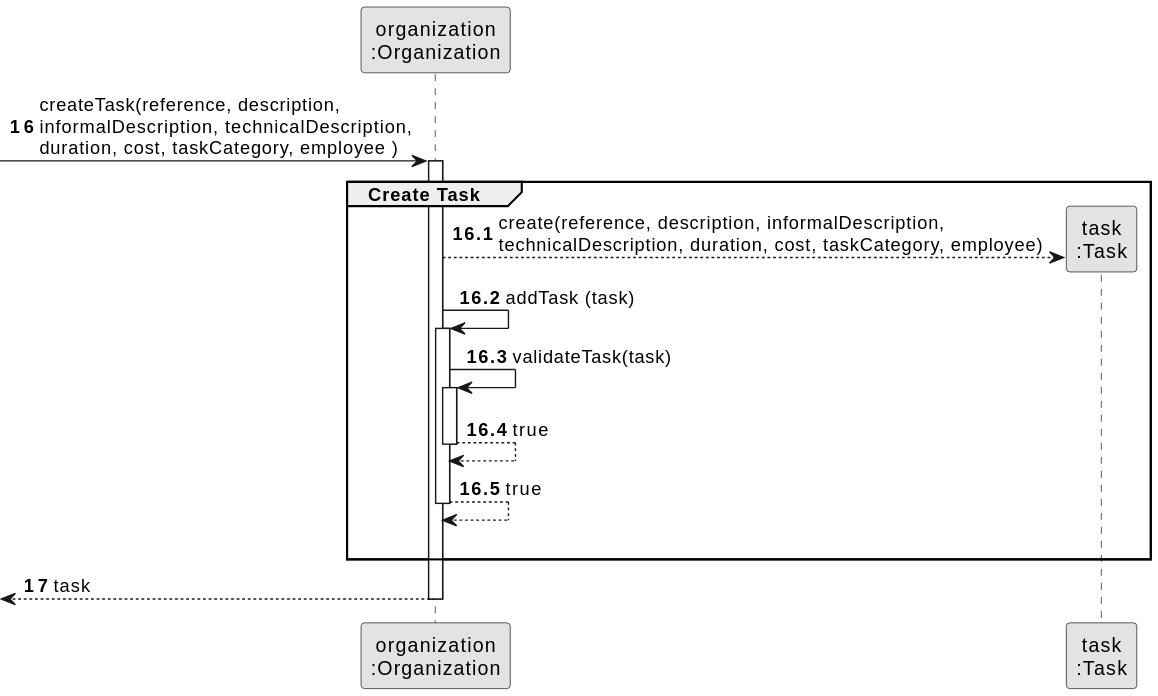
Before: docs/system-documentation/US002/03.design/svg/US006-SD-partial-create-task.svg, a diagram exported from PlantUML (bruno-monteiro5/sem2-pi-24.25-g132-repo). Its diagram source:
```plantuml
@startuml
skinparam monochrome true
skinparam packageStyle rectangle
skinparam shadowing false

participant "organization\n:Organization" as ORG
participant "task\n:Task" as TASK

autonumber 16
-> ORG: createTask(reference, description,\ninformalDescription, technicalDescription,\nduration, cost, taskCategory, employee )

autonumber 16.1
activate ORG
    group Create Task

        ORG --> TASK**: create(reference, description, informalDescription, \ntechnicalDescription, duration, cost, taskCategory, employee)
        ORG -> ORG: addTask (task)

        activate ORG
            ORG -> ORG: validateTask(task)
            activate ORG
                ORG --> ORG : true
            deactivate ORG

            ORG --> ORG : true
            |||
        deactivate ORG
    end

    autonumber 17
    <-- ORG : task
deactivate ORG
@enduml
```
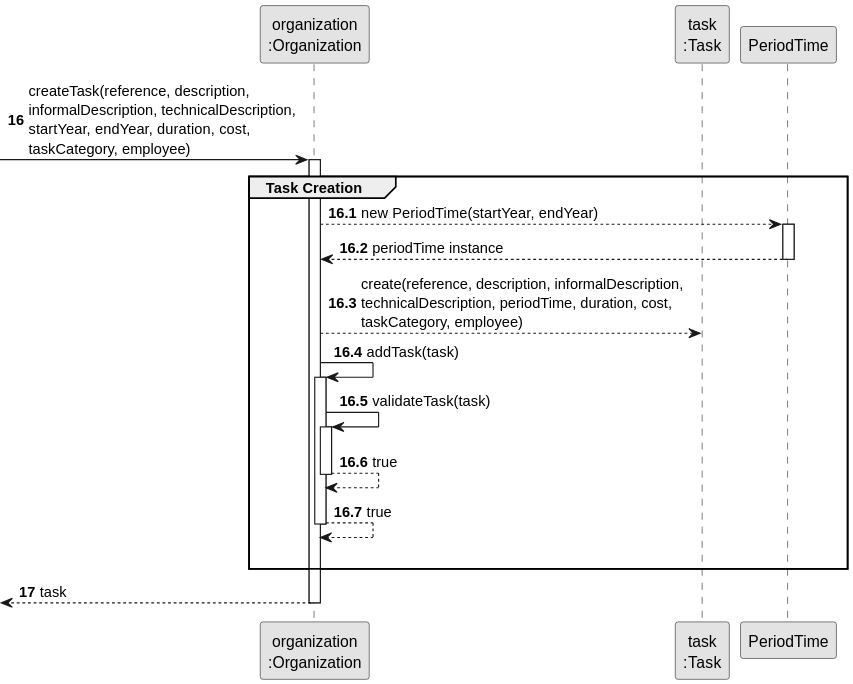
Later version of the same file.

Diff of the diagram source:
```diff
@@ -5,16 +5,21 @@
 
 participant "organization\n:Organization" as ORG
 participant "task\n:Task" as TASK
+participant "PeriodTime" as PERIODTIME
 
 autonumber 16
--> ORG: createTask(reference, description,\ninformalDescription, technicalDescription,\nduration, cost, taskCategory, employee )
+-> ORG: createTask(reference, description,\ninformalDescription, technicalDescription,\nstartYear, endYear, duration, cost,\ntaskCategory, employee)
 
 autonumber 16.1
 activate ORG
-    group Create Task
+    group Task Creation
+        ORG --> PERIODTIME: new PeriodTime(startYear, endYear)
+        activate PERIODTIME
+        PERIODTIME --> ORG : periodTime instance
+        deactivate PERIODTIME
 
-        ORG --> TASK**: create(reference, description, informalDescription, \ntechnicalDescription, duration, cost, taskCategory, employee)
-        ORG -> ORG: addTask (task)
+        ORG --> TASK: create(reference, description, informalDescription,\ntechnicalDescription, periodTime, duration, cost,\ntaskCategory, employee)
+        ORG -> ORG: addTask(task)
 
         activate ORG
             ORG -> ORG: validateTask(task)
```
